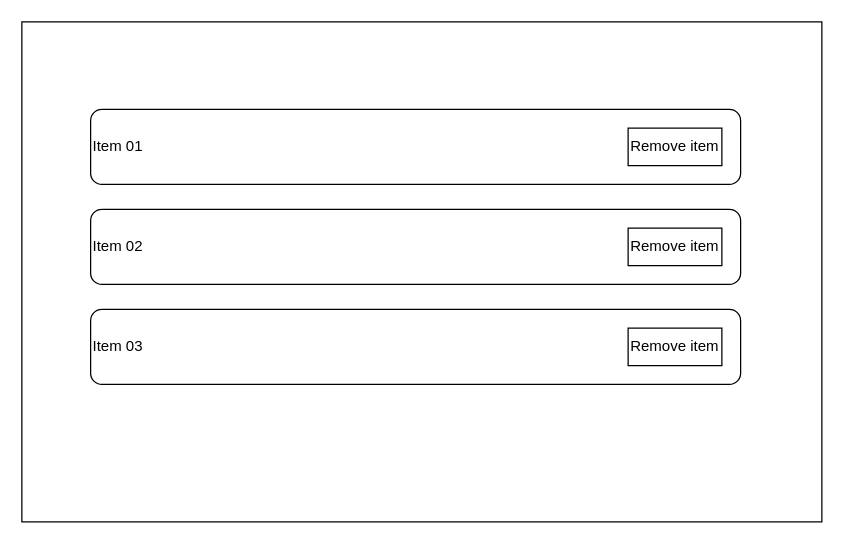
Above: SellingList_page.drawio in malshan1998/draw.io (draw.io), before the change. Source tidied: cells renumbered, new cells numbered last; positions are measured from the earlier drawing's top-left corner, leaving out a move shared by most shapes. Both pictures are drawn from the tidied source at 125%, with x=0, y=0 at pixel (21, 21).
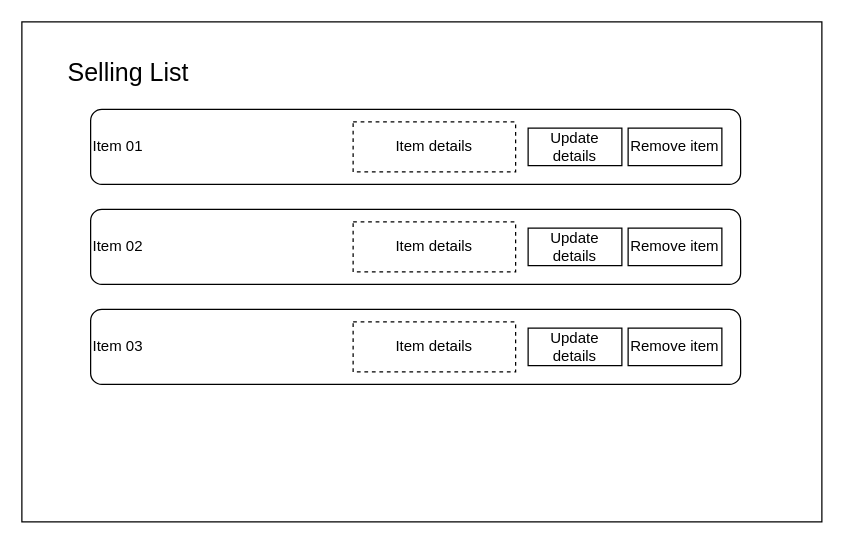
The same page after the edit.

What changed in the source:
```diff
@@
 <mxGraphModel>
   <root>
     <mxCell id="0" />
     <mxCell id="1" parent="0" />
     <mxCell id="2" style="rounded=0;whiteSpace=wrap;html=1;fillColor=none;" parent="1" vertex="1">
       <mxGeometry width="640" height="400" as="geometry" />
     </mxCell>
     <mxCell id="3" value="Item 01" style="rounded=1;whiteSpace=wrap;html=1;align=left;" parent="1" vertex="1">
       <mxGeometry x="55" y="70" width="520" height="60" as="geometry" />
     </mxCell>
     <mxCell id="4" value="Remove item" style="rounded=0;whiteSpace=wrap;html=1;" parent="1" vertex="1">
       <mxGeometry x="485" y="85" width="75" height="30" as="geometry" />
     </mxCell>
     <mxCell id="5" value="Item 02" style="rounded=1;whiteSpace=wrap;html=1;align=left;" parent="1" vertex="1">
       <mxGeometry x="55" y="150" width="520" height="60" as="geometry" />
     </mxCell>
     <mxCell id="6" value="Item 03" style="rounded=1;whiteSpace=wrap;html=1;align=left;" parent="1" vertex="1">
       <mxGeometry x="55" y="230" width="520" height="60" as="geometry" />
     </mxCell>
     <mxCell id="7" value="Remove item" style="rounded=0;whiteSpace=wrap;html=1;" parent="1" vertex="1">
       <mxGeometry x="485" y="165" width="75" height="30" as="geometry" />
     </mxCell>
     <mxCell id="8" value="Remove item" style="rounded=0;whiteSpace=wrap;html=1;" parent="1" vertex="1">
       <mxGeometry x="485" y="245" width="75" height="30" as="geometry" />
     </mxCell>
+    <mxCell id="9" value="Selling List" style="rounded=0;whiteSpace=wrap;html=1;fillColor=none;strokeColor=none;fontSize=20;align=left;" parent="1" vertex="1">
+      <mxGeometry x="35" y="10" width="190" height="60" as="geometry" />
+    </mxCell>
+    <mxCell id="10" value="Item details" style="rounded=0;whiteSpace=wrap;html=1;dashed=1;" parent="1" vertex="1">
+      <mxGeometry x="265" y="80" width="130" height="40" as="geometry" />
+    </mxCell>
+    <mxCell id="11" value="Item details" style="rounded=0;whiteSpace=wrap;html=1;dashed=1;" parent="1" vertex="1">
+      <mxGeometry x="265" y="160" width="130" height="40" as="geometry" />
+    </mxCell>
+    <mxCell id="12" value="Item details" style="rounded=0;whiteSpace=wrap;html=1;dashed=1;" parent="1" vertex="1">
+      <mxGeometry x="265" y="240" width="130" height="40" as="geometry" />
+    </mxCell>
+    <mxCell id="13" value="Update details" style="rounded=0;whiteSpace=wrap;html=1;" parent="1" vertex="1">
+      <mxGeometry x="405" y="85" width="75" height="30" as="geometry" />
+    </mxCell>
+    <mxCell id="14" value="Update details" style="rounded=0;whiteSpace=wrap;html=1;" parent="1" vertex="1">
+      <mxGeometry x="405" y="165" width="75" height="30" as="geometry" />
+    </mxCell>
+    <mxCell id="15" value="Update details" style="rounded=0;whiteSpace=wrap;html=1;" parent="1" vertex="1">
+      <mxGeometry x="405" y="245" width="75" height="30" as="geometry" />
+    </mxCell>
   </root>
 </mxGraphModel>
```
